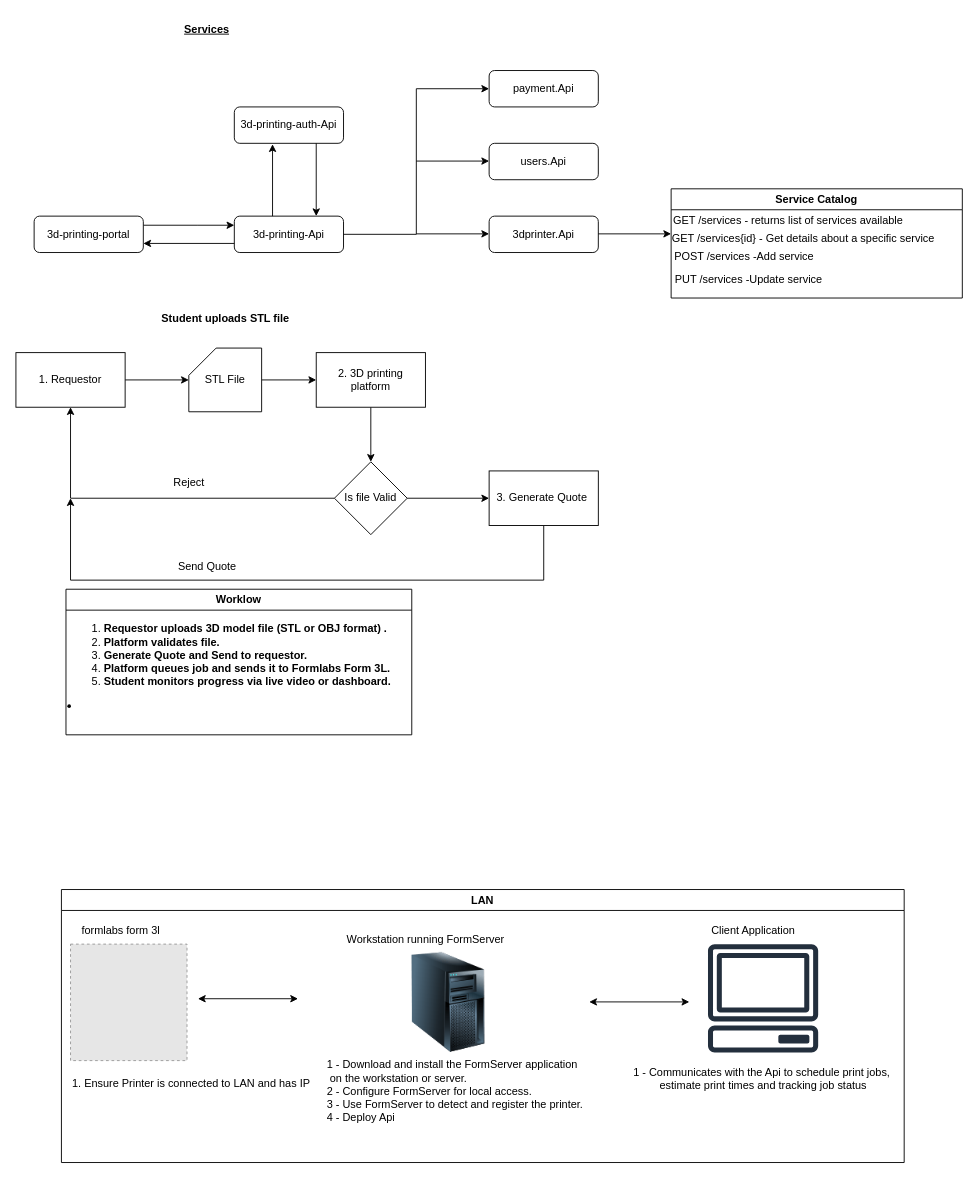
Before: 3dPrintingApplicationDesign.drawio in SifisoMzansi/architecture-diagrams, a draw.io diagram. Source tidied: cells renumbered, new cells numbered last; positions are measured from the earlier drawing's top-left corner, leaving out a move shared by most shapes. Both pictures are drawn from the tidied source at 91%, with x=0, y=0 at pixel (15, 15). Pictures stored in the file or linked from it are replaced by grey dashed boxes.
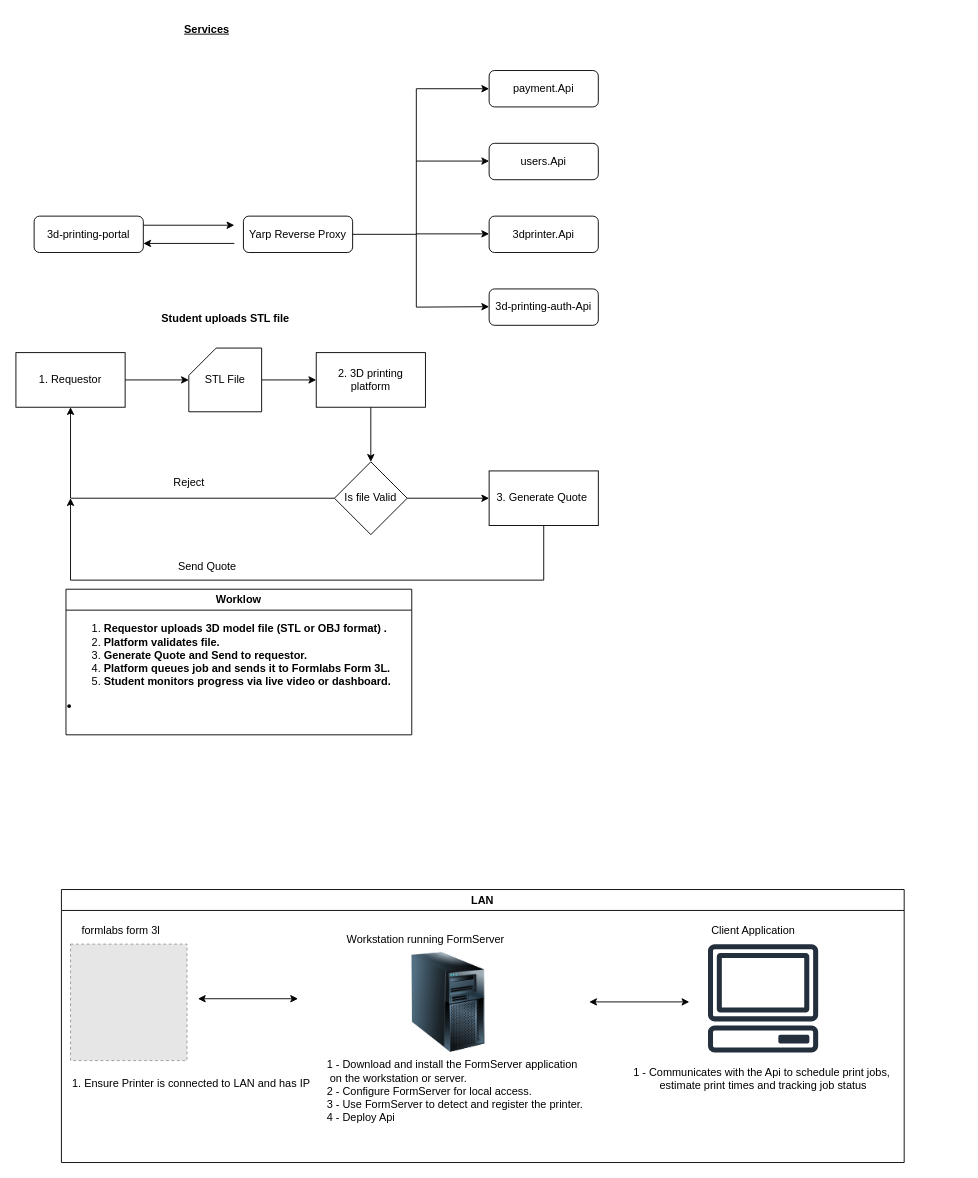
After the change.

The change refers to these unchanged cells:
```xml
<mxCell id="3" value="3d-printing-portal" style="rounded=1;whiteSpace=wrap;html=1;" parent="1" vertex="1">
  <mxGeometry x="20" y="220" width="120" height="40" as="geometry" />
</mxCell>
```

What changed in the source:
```diff
@@
-    <mxCell id="2" style="edgeStyle=orthogonalEdgeStyle;rounded=0;jettySize=auto;html=1;" parent="1" edge="1" source="3" target="4">
+    <mxCell id="2" style="edgeStyle=orthogonalEdgeStyle;rounded=0;jettySize=auto;html=1;" parent="1" edge="1" source="3">
       <mxGeometry relative="1" as="geometry">
+        <mxPoint x="240" y="230" as="targetPoint" />
         <Array as="points">
-          <mxPoint x="200" y="230" />
-          <mxPoint x="200" y="230" />
+          <mxPoint x="230" y="230" />
+          <mxPoint x="230" y="230" />
         </Array>
       </mxGeometry>
     </mxCell>
@@
-    <mxCell id="4" value="3d-printing-Api" style="rounded=1;whiteSpace=wrap;html=1;" parent="1" vertex="1">
-      <mxGeometry x="240" y="220" width="120" height="40" as="geometry" />
-    </mxCell>
     <mxCell id="5" value="3d-printing-auth-Api" style="rounded=1;whiteSpace=wrap;html=1;" parent="1" vertex="1">
-      <mxGeometry x="240" y="100" width="120" height="40" as="geometry" />
+      <mxGeometry x="520" y="300" width="120" height="40" as="geometry" />
     </mxCell>
-    <mxCell id="6" style="endArrow=classic;html=1;rounded=0;entryX=0.75;entryY=0;entryDx=0;entryDy=0;exitX=0.75;exitY=1;exitDx=0;exitDy=0;" parent="1" edge="1" source="5" target="4">
-      <mxGeometry relative="1" as="geometry" />
-    </mxCell>
-    <mxCell id="7" style="endArrow=classic;html=1;rounded=0;exitX=0.35;exitY=0;exitDx=0;exitDy=0;exitPerimeter=0;entryX=0.35;entryY=1.025;entryDx=0;entryDy=0;entryPerimeter=0;" parent="1" edge="1" source="4" target="5">
-      <mxGeometry relative="1" as="geometry" />
-    </mxCell>
@@
     <mxCell id="11" style="endArrow=none;html=1;rounded=0;" parent="1" edge="1">
       <mxGeometry relative="1" as="geometry">
-        <mxPoint x="440" y="240" as="sourcePoint" />
+        <mxPoint x="440" y="320" as="sourcePoint" />
         <mxPoint x="440" y="80" as="targetPoint" />
       </mxGeometry>
     </mxCell>
@@
-    <mxCell id="16" style="endArrow=none;html=1;rounded=0;exitX=1;exitY=0.5;exitDx=0;exitDy=0;" parent="1" edge="1" source="4">
+    <mxCell id="16" style="endArrow=none;html=1;rounded=0;exitX=1;exitY=0.5;exitDx=0;exitDy=0;" parent="1" edge="1">
       <mxGeometry relative="1" as="geometry">
+        <mxPoint x="360" y="240" as="sourcePoint" />
         <mxPoint x="440" y="240" as="targetPoint" />
       </mxGeometry>
     </mxCell>
@@
-    <mxCell id="18" value="Service Catalog" style="swimlane;whiteSpace=wrap;html=1;" parent="1" vertex="1">
-      <mxGeometry x="720" y="190" width="320" height="120" as="geometry" />
-    </mxCell>
-    <mxCell id="19" value="GET /services{id} -&amp;nbsp;Get details about a specific service" style="text;html=1;align=center;verticalAlign=middle;strokeColor=none;fillColor=none;" parent="18" vertex="1">
-      <mxGeometry x="-10" y="40" width="310" height="30" as="geometry" />
-    </mxCell>
-    <mxCell id="20" value="GET /services - returns list of services available&amp;nbsp;" style="text;html=1;align=center;verticalAlign=middle;strokeColor=none;fillColor=none;" parent="18" vertex="1">
-      <mxGeometry x="-10" y="20" width="280" height="30" as="geometry" />
-    </mxCell>
-    <mxCell id="21" value="POST /services -Add service" style="text;html=1;align=center;verticalAlign=middle;strokeColor=none;fillColor=none;" parent="18" vertex="1">
-      <mxGeometry x="-10" y="60" width="180" height="30" as="geometry" />
-    </mxCell>
-    <mxCell id="22" value="PUT /services -Update service" style="text;html=1;align=center;verticalAlign=middle;strokeColor=none;fillColor=none;" parent="18" vertex="1">
-      <mxGeometry x="-10" y="85" width="190" height="30" as="geometry" />
-    </mxCell>
-    <mxCell id="23" style="endArrow=classic;html=1;rounded=0;entryX=0;entryY=0.5;entryDx=0;entryDy=0;" parent="1" edge="1">
-      <mxGeometry relative="1" as="geometry">
-        <mxPoint x="640" y="239.5" as="sourcePoint" />
-        <mxPoint x="720" y="239.5" as="targetPoint" />
-      </mxGeometry>
-    </mxCell>
@@
+    <mxCell id="52" style="endArrow=classic;html=1;rounded=0;entryX=0;entryY=0.5;entryDx=0;entryDy=0;" parent="1" edge="1">
+      <mxGeometry relative="1" as="geometry">
+        <mxPoint x="440" y="320" as="sourcePoint" />
+        <mxPoint x="520" y="319.5" as="targetPoint" />
+      </mxGeometry>
+    </mxCell>
+    <mxCell id="53" value="Yarp Reverse Proxy" style="rounded=1;whiteSpace=wrap;html=1;" parent="1" vertex="1">
+      <mxGeometry x="250" y="220" width="120" height="40" as="geometry" />
+    </mxCell>
```
